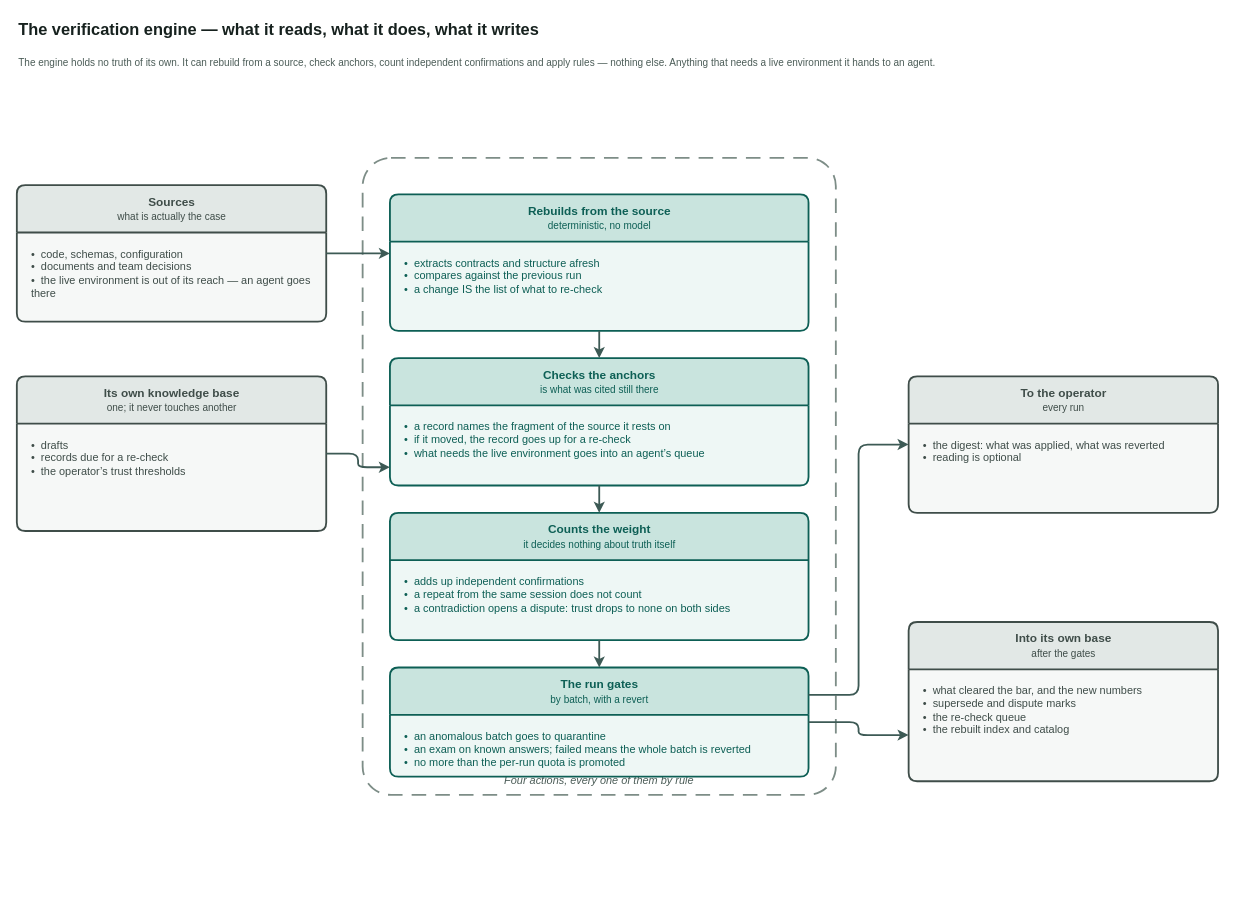
Before: page "The verification engine" (3 of 7) of docs/adr/adr-knowledge-base-v3-overview.drawio in VirtoCommerce/ai-tools, a draw.io diagram. Source tidied: cells renumbered, new cells numbered last; positions are measured from the earlier drawing's top-left corner, leaving out a move shared by most shapes. Both pictures are drawn from the tidied source at 91%, with x=0, y=0 at pixel (16, 15).
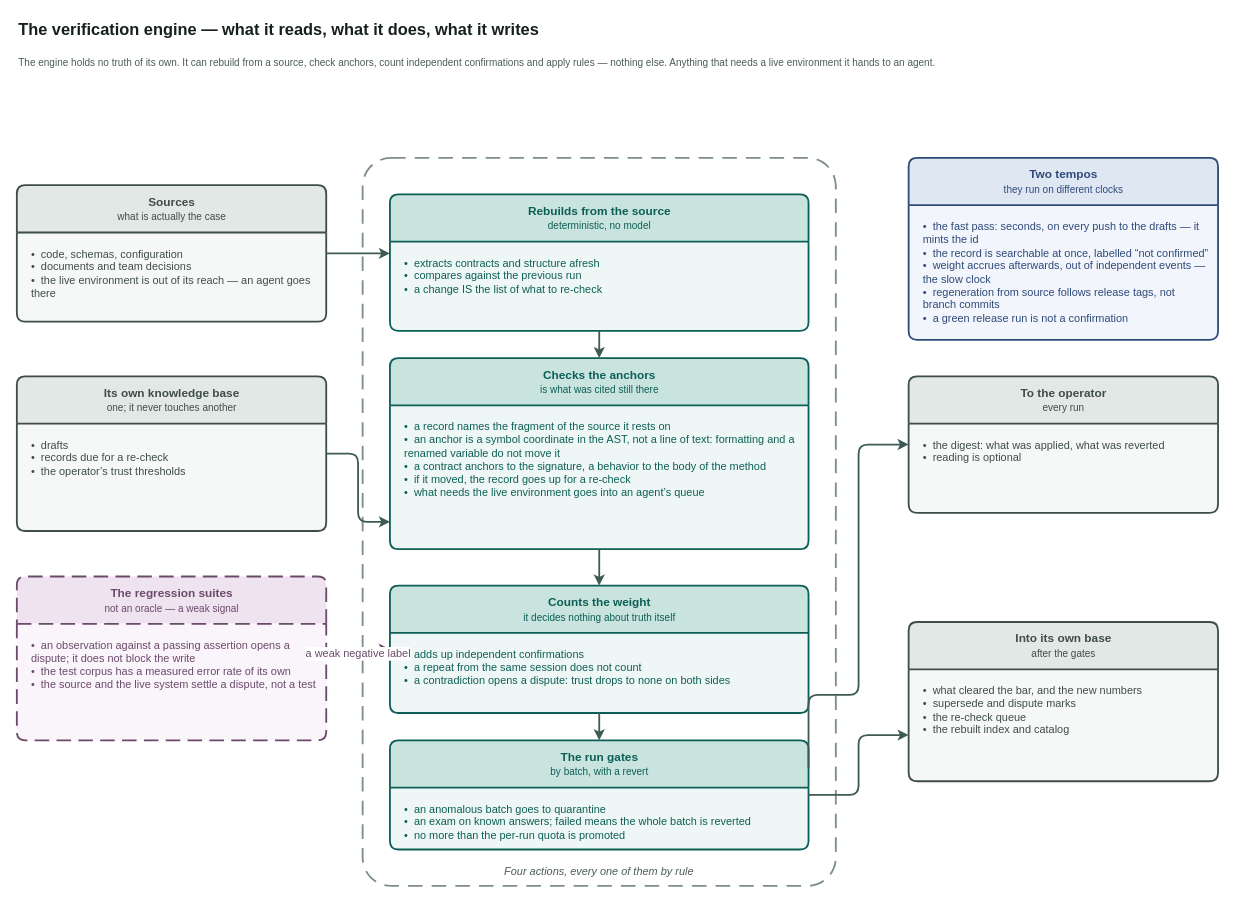
The same diagram, later.

Diff of the diagram source:
```diff
@@
     <mxCell id="8" value="Four actions, every one of them by rule" style="rounded=1;arcSize=6;whiteSpace=wrap;html=1;fillColor=none;strokeColor=#7d8d87;dashed=1;dashPattern=8 5;strokeWidth=2;verticalAlign=bottom;align=center;spacingBottom=6;fontColor=#4b5c57;fontStyle=2;fontSize=12;fontFamily=Helvetica;" parent="1" vertex="1">
-      <mxGeometry x="380" y="156" width="520" height="700" as="geometry" />
+      <mxGeometry x="380" y="156" width="520" height="800" as="geometry" />
     </mxCell>
@@
     <mxCell id="11" value="Checks the anchors&lt;br&gt;&lt;span style=&quot;font-size:11px;font-weight:normal&quot;&gt;is what was cited still there&lt;/span&gt;" style="swimlane;html=1;rounded=1;arcSize=6;startSize=52;horizontal=1;fillColor=#c9e4de;swimlaneFillColor=#eef7f5;strokeColor=#0d5f55;fontColor=#0d5f55;fontSize=13;fontStyle=1;align=center;verticalAlign=middle;strokeWidth=2;fontFamily=Helvetica;" parent="1" vertex="1">
-      <mxGeometry x="410" y="376" width="460" height="140" as="geometry" />
+      <mxGeometry x="410" y="376" width="460" height="210" as="geometry" />
     </mxCell>
-    <mxCell id="12" value="•&amp;nbsp; a record names the fragment of the source it rests on&lt;br&gt;•&amp;nbsp; if it moved, the record goes up for a re-check&lt;br&gt;•&amp;nbsp; what needs the live environment goes into an agent’s queue" style="text;html=1;align=left;verticalAlign=top;whiteSpace=wrap;spacingLeft=14;spacingTop=10;spacingRight=10;fontSize=12;fontColor=#0d5f55;fontFamily=Helvetica;" parent="11" vertex="1">
-      <mxGeometry y="52" width="460" height="88" as="geometry" />
+    <mxCell id="12" value="•&amp;nbsp; a record names the fragment of the source it rests on&lt;br&gt;•&amp;nbsp; an anchor is a symbol coordinate in the AST, not a line of text: formatting and a renamed variable do not move it&lt;br&gt;•&amp;nbsp; a contract anchors to the signature, a behavior to the body of the method&lt;br&gt;•&amp;nbsp; if it moved, the record goes up for a re-check&lt;br&gt;•&amp;nbsp; what needs the live environment goes into an agent’s queue" style="text;html=1;align=left;verticalAlign=top;whiteSpace=wrap;spacingLeft=14;spacingTop=10;spacingRight=10;fontSize=12;fontColor=#0d5f55;fontFamily=Helvetica;" parent="11" vertex="1">
+      <mxGeometry y="52" width="460" height="158" as="geometry" />
     </mxCell>
     <mxCell id="13" value="Counts the weight&lt;br&gt;&lt;span style=&quot;font-size:11px;font-weight:normal&quot;&gt;it decides nothing about truth itself&lt;/span&gt;" style="swimlane;html=1;rounded=1;arcSize=6;startSize=52;horizontal=1;fillColor=#c9e4de;swimlaneFillColor=#eef7f5;strokeColor=#0d5f55;fontColor=#0d5f55;fontSize=13;fontStyle=1;align=center;verticalAlign=middle;strokeWidth=2;fontFamily=Helvetica;" parent="1" vertex="1">
-      <mxGeometry x="410" y="546" width="460" height="140" as="geometry" />
+      <mxGeometry x="410" y="626" width="460" height="140" as="geometry" />
     </mxCell>
@@
     <mxCell id="15" value="The run gates&lt;br&gt;&lt;span style=&quot;font-size:11px;font-weight:normal&quot;&gt;by batch, with a revert&lt;/span&gt;" style="swimlane;html=1;rounded=1;arcSize=6;startSize=52;horizontal=1;fillColor=#c9e4de;swimlaneFillColor=#eef7f5;strokeColor=#0d5f55;fontColor=#0d5f55;fontSize=13;fontStyle=1;align=center;verticalAlign=middle;strokeWidth=2;fontFamily=Helvetica;" parent="1" vertex="1">
-      <mxGeometry x="410" y="716" width="460" height="120" as="geometry" />
+      <mxGeometry x="410" y="796" width="460" height="120" as="geometry" />
     </mxCell>
@@
+    <mxCell id="28" value="Two tempos&lt;br&gt;&lt;span style=&quot;font-size:11px;font-weight:normal&quot;&gt;they run on different clocks&lt;/span&gt;" style="swimlane;html=1;rounded=1;arcSize=6;startSize=52;horizontal=1;fillColor=#dfe7f3;swimlaneFillColor=#f2f5fb;strokeColor=#2f4a7a;fontColor=#2f4a7a;fontSize=13;fontStyle=1;align=center;verticalAlign=middle;strokeWidth=2;fontFamily=Helvetica;" parent="1" vertex="1">
+      <mxGeometry x="980" y="156" width="340" height="200" as="geometry" />
+    </mxCell>
+    <mxCell id="29" value="•&amp;nbsp; the fast pass: seconds, on every push to the drafts — it mints the id&lt;br&gt;•&amp;nbsp; the record is searchable at once, labelled “not confirmed”&lt;br&gt;•&amp;nbsp; weight accrues afterwards, out of independent events — the slow clock&lt;br&gt;•&amp;nbsp; regeneration from source follows release tags, not branch commits&lt;br&gt;•&amp;nbsp; a green release run is not a confirmation" style="text;html=1;align=left;verticalAlign=top;whiteSpace=wrap;spacingLeft=14;spacingTop=10;spacingRight=10;fontSize=12;fontColor=#2f4a7a;fontFamily=Helvetica;" parent="28" vertex="1">
+      <mxGeometry y="52" width="340" height="148" as="geometry" />
+    </mxCell>
+    <mxCell id="30" value="The regression suites&lt;br&gt;&lt;span style=&quot;font-size:11px;font-weight:normal&quot;&gt;not an oracle — a weak signal&lt;/span&gt;" style="swimlane;html=1;rounded=1;arcSize=6;startSize=52;horizontal=1;fillColor=#efe3ef;swimlaneFillColor=#faf5fa;strokeColor=#6b4a6b;fontColor=#6b4a6b;fontSize=13;fontStyle=1;align=center;verticalAlign=middle;strokeWidth=2;dashed=1;dashPattern=8 4;fontFamily=Helvetica;" parent="1" vertex="1">
+      <mxGeometry y="616" width="340" height="180" as="geometry" />
+    </mxCell>
+    <mxCell id="31" value="•&amp;nbsp; an observation against a passing assertion opens a dispute; it does not block the write&lt;br&gt;•&amp;nbsp; the test corpus has a measured error rate of its own&lt;br&gt;•&amp;nbsp; the source and the live system settle a dispute, not a test" style="text;html=1;align=left;verticalAlign=top;whiteSpace=wrap;spacingLeft=14;spacingTop=10;spacingRight=10;fontSize=12;fontColor=#6b4a6b;fontFamily=Helvetica;" parent="30" vertex="1">
+      <mxGeometry y="52" width="340" height="128" as="geometry" />
+    </mxCell>
@@
+    <mxCell id="32" value="a weak negative label" style="edgeStyle=orthogonalEdgeStyle;rounded=1;html=1;labelBackgroundColor=#ffffff;fontSize=12;strokeWidth=2;strokeColor=#3d5a55;fontColor=#2f3a37;fontFamily=Helvetica;dashed=1;dashPattern=8 4;strokeColor=#6b4a6b;fontColor=#6b4a6b;" parent="1" edge="1" source="30" target="13">
+      <mxGeometry relative="1" as="geometry" />
+    </mxCell>
```
